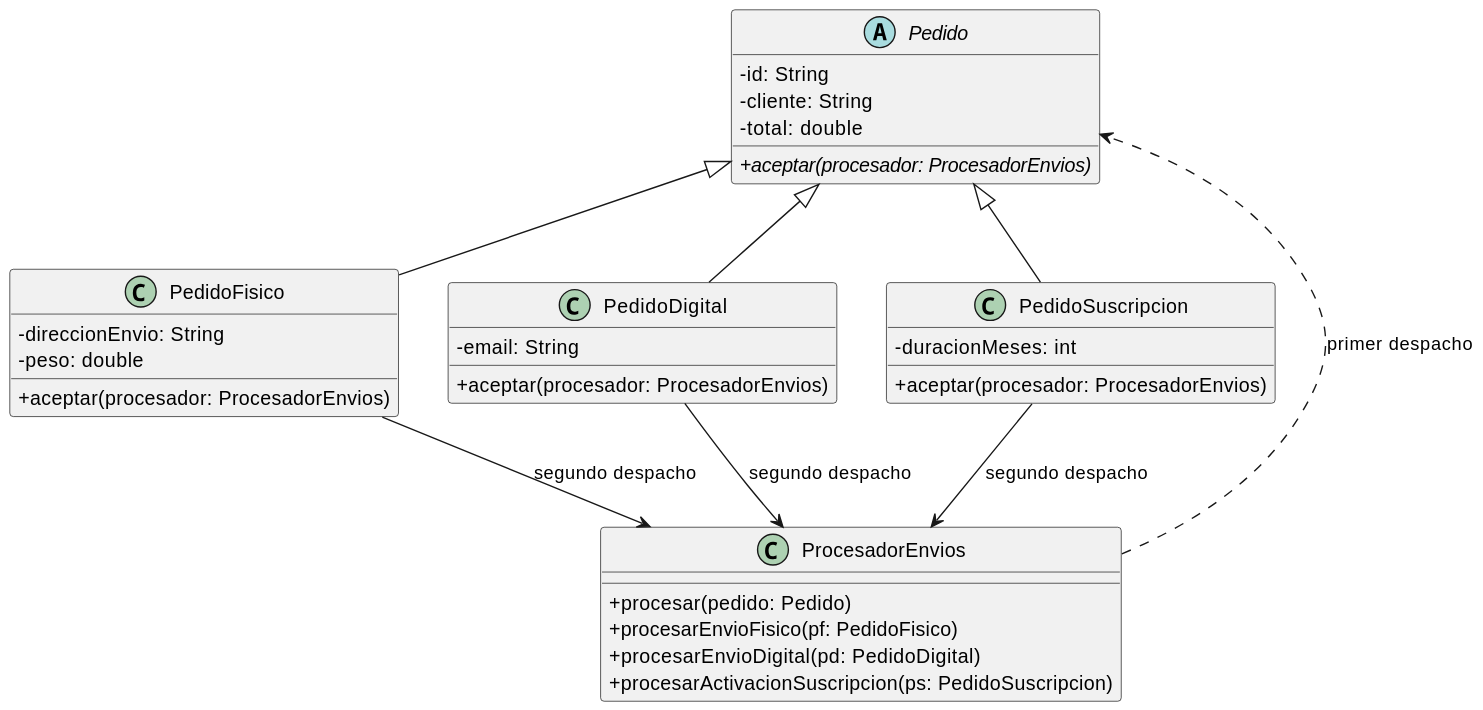
mmasias/idsw2 keeps this PlantUML diagram as src/DOO/DD/DD03/v001basico/diagrama.svg. Above is the earlier version.
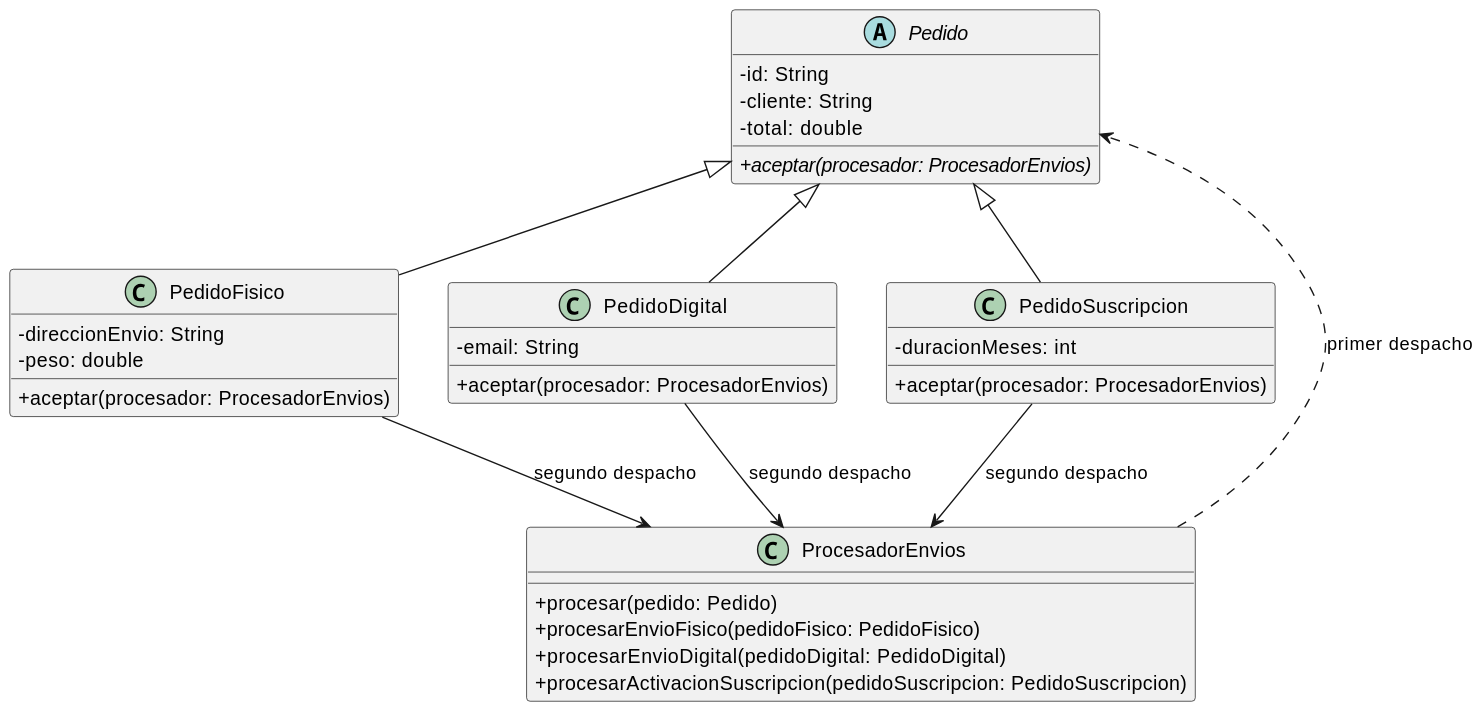
The same file after the commit.

What changed in the source:
```diff
@@ -26,9 +26,9 @@
 
 class ProcesadorEnvios {
     + procesar(pedido: Pedido)
-    + procesarEnvioFisico(pf: PedidoFisico)
-    + procesarEnvioDigital(pd: PedidoDigital)
-    + procesarActivacionSuscripcion(ps: PedidoSuscripcion)
+    + procesarEnvioFisico(pedidoFisico: PedidoFisico)
+    + procesarEnvioDigital(pedidoDigital: PedidoDigital)
+    + procesarActivacionSuscripcion(pedidoSuscripcion: PedidoSuscripcion)
 }
 
 Pedido <|-- PedidoFisico
```
